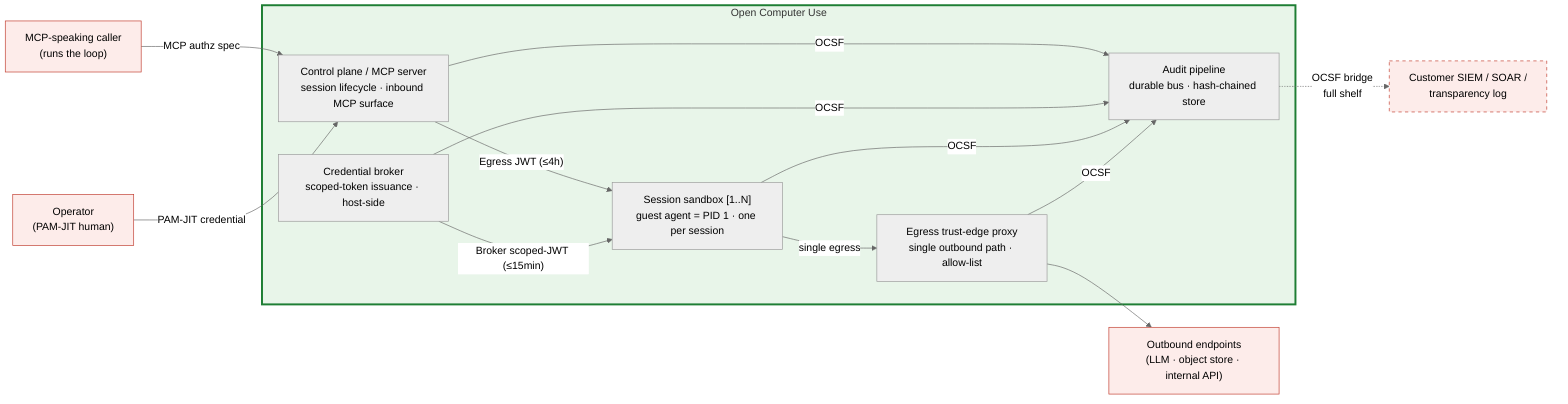
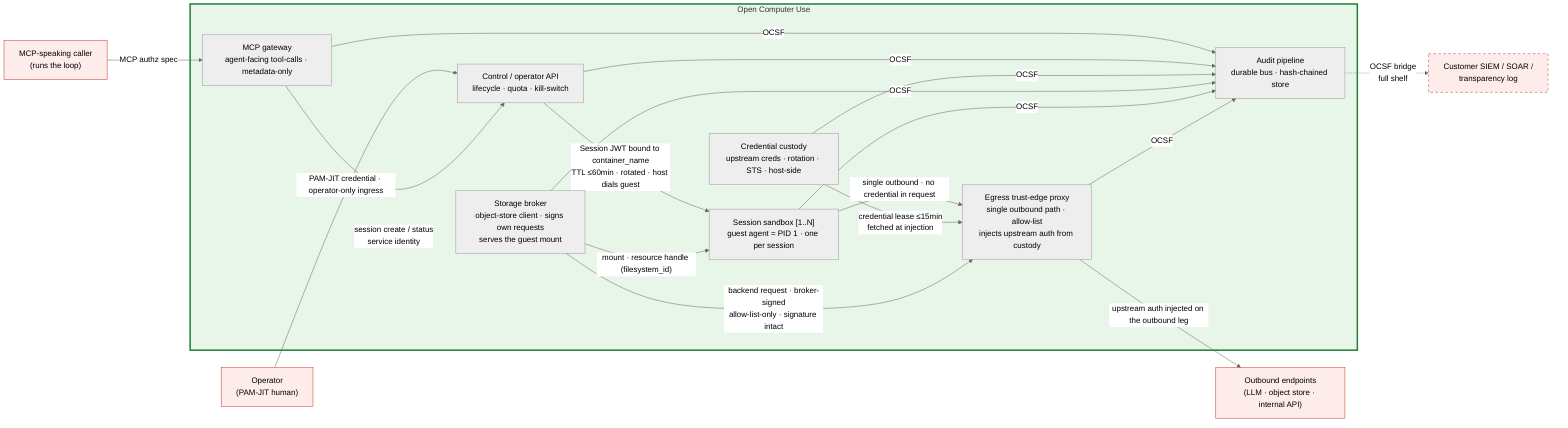
%% SPDX-License-Identifier: FSL-1.1-Apache-2.0
%% Copyright (c) 2025 Open Computer Use Contributors
%% Canonical Layer 6 (C4 Container) diagram. Referenced from docs/architecture/05-c4-container.md.
%% Role names only — no technology names (per CLAUDE.md Diagrams). Tech choice lands in component specs under components/.
- %% Convention: solid = container present (all five exist on both shelves; substrate differs — see 05-c4-container.md §5). Dashed = optional external sink.
+ %% Seven containers across six Layer-3 trust zones: the Control plane splits into an agent-facing
+ %% MCP gateway and an operator/lifecycle API (the kill-switch lives only on the latter); the other
+ %% five zones map 1:1. Substrate differs by shelf (see 05-c4-container.md §5); the count does not.
%% Palette (project convention): red untrusted / green trusted. Amber/blue trust-zone shading is Layer 3 only.

%%{init: {"theme": "neutral"} }%%
flowchart LR

    %% ─── external (drawn for orientation; contracts in 03-c4-context.md §4) ───
    PEER["MCP-speaking caller<br/>(runs the loop)"]:::ext
    OPER["Operator<br/>(PAM-JIT human)"]:::ext
    UPSTREAM["Outbound endpoints<br/>(LLM · object store · internal API)"]:::ext
    SINK["Customer SIEM / SOAR /<br/>transparency log"]:::extOpt

    %% ─── containers inside the system under design ───
    subgraph OCU["Open Computer Use"]
-         CP["Control plane / MCP server<br/>session lifecycle · inbound MCP surface"]
-         BR["Credential broker<br/>scoped-token issuance · host-side"]
+         MCPG["MCP gateway<br/>agent-facing tool-calls · metadata-only"]
+         CTRL["Control / operator API<br/>lifecycle · quota · kill-switch"]
+         CUST["Credential custody<br/>upstream creds · rotation · STS · host-side"]
+         STORE["Storage broker<br/>object-store client · signs own requests<br/>serves the guest mount"]
        VM["Session sandbox [1..N]<br/>guest agent = PID 1 · one per session"]
-         EDGE["Egress trust-edge proxy<br/>single outbound path · allow-list"]
+         EDGE["Egress trust-edge proxy<br/>single outbound path · allow-list<br/>injects upstream auth from custody"]
        AUD["Audit pipeline<br/>durable bus · hash-chained store"]
    end

-     %% ─── edges (token classes per 02-trust-boundaries.md §8) ───
-     PEER -->|"MCP authz spec"| CP
-     OPER -->|"PAM-JIT credential"| CP
-     CP -->|"Egress JWT (≤4h)"| VM
-     BR -->|"Broker scoped-JWT (≤15min)"| VM
-     VM -->|"single egress"| EDGE
-     EDGE --> UPSTREAM
-     CP -->|OCSF| AUD
-     BR -->|OCSF| AUD
+     %% ─── inbound (two distinct surfaces of the Control plane) ───
+     PEER -->|"MCP authz spec"| MCPG
+     OPER -->|"PAM-JIT credential · operator-only ingress"| CTRL
+     MCPG -->|"session create / status<br/>service identity"| CTRL
+ 
+     %% ─── control + storage reach the guest host-side (host dials, guest listens; NFR-SEC-43) ───
+     CTRL -->|"Session JWT bound to container_name<br/>TTL ≤60min · rotated · host dials guest"| VM
+     STORE -->|"mount · resource handle (filesystem_id)"| VM
+ 
+     %% ─── egress: guest sends unauthenticated; edge pulls a lease from custody and injects ───
+     VM -->|"single outbound · no credential in request"| EDGE
+     CUST -->|"credential lease ≤15min<br/>fetched at injection"| EDGE
+     STORE -->|"backend request · broker-signed<br/>allow-list-only · signature intact"| EDGE
+     EDGE -->|"upstream auth injected on the outbound leg"| UPSTREAM
+ 
+     %% ─── audit fan-in (every container emits OCSF) ───
+     MCPG -->|OCSF| AUD
+     CTRL -->|OCSF| AUD
+     CUST -->|OCSF| AUD
+     STORE -->|OCSF| AUD
    VM -->|OCSF| AUD
    EDGE -->|OCSF| AUD
    AUD -.->|"OCSF bridge<br/>full shelf"| SINK

    %% ─── styling (project palette) ───
    classDef ext fill:#fdecea,stroke:#c0392b,stroke-width:1px;
    classDef extOpt fill:#fdecea,stroke:#c0392b,stroke-dasharray: 5 5;
    style OCU fill:#e8f5e9,stroke:#1e7e34,stroke-width:3px;
